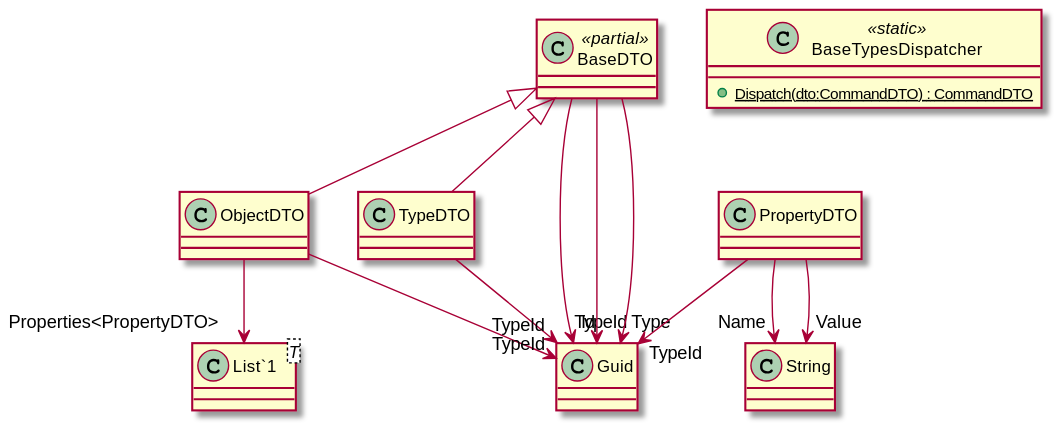
Earlier version of the PlantUML export wEBcMD/Doc/Types/cs/BaseTypes.svg (kokolorix/wEBcMD).
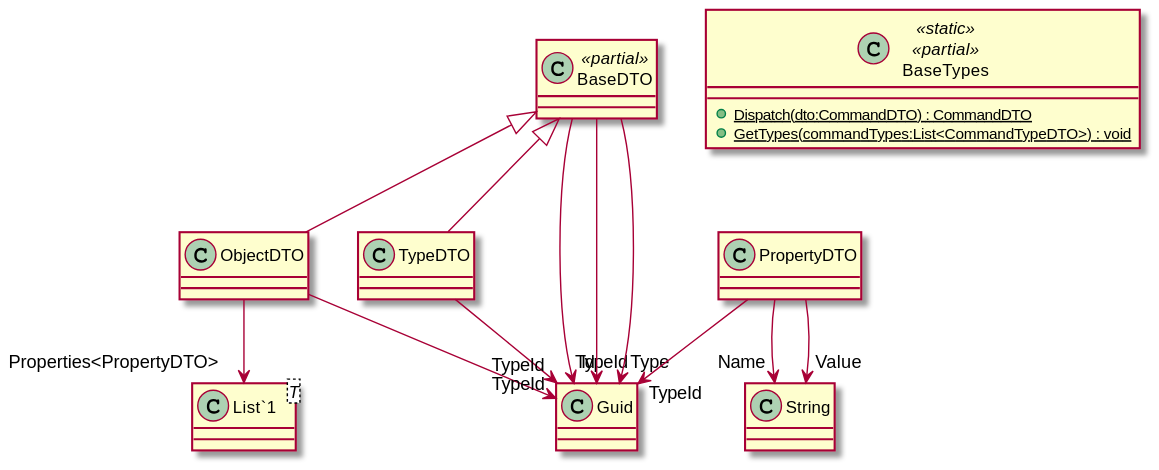
The same file after the commit.

The edit, as a diff of the source:
```diff
@@ -7,8 +7,11 @@
 }
 class TypeDTO {
 }
-class BaseTypesDispatcher <<static>> {
+class BaseTypes <<static>> <<partial>> {
     + {static} Dispatch(dto:CommandDTO) : CommandDTO
+}
+class BaseTypes <<static>> <<partial>> {
+    + {static} GetTypes(commandTypes:List<CommandTypeDTO>) : void
 }
 class "List`1"<T> {
 }
```
